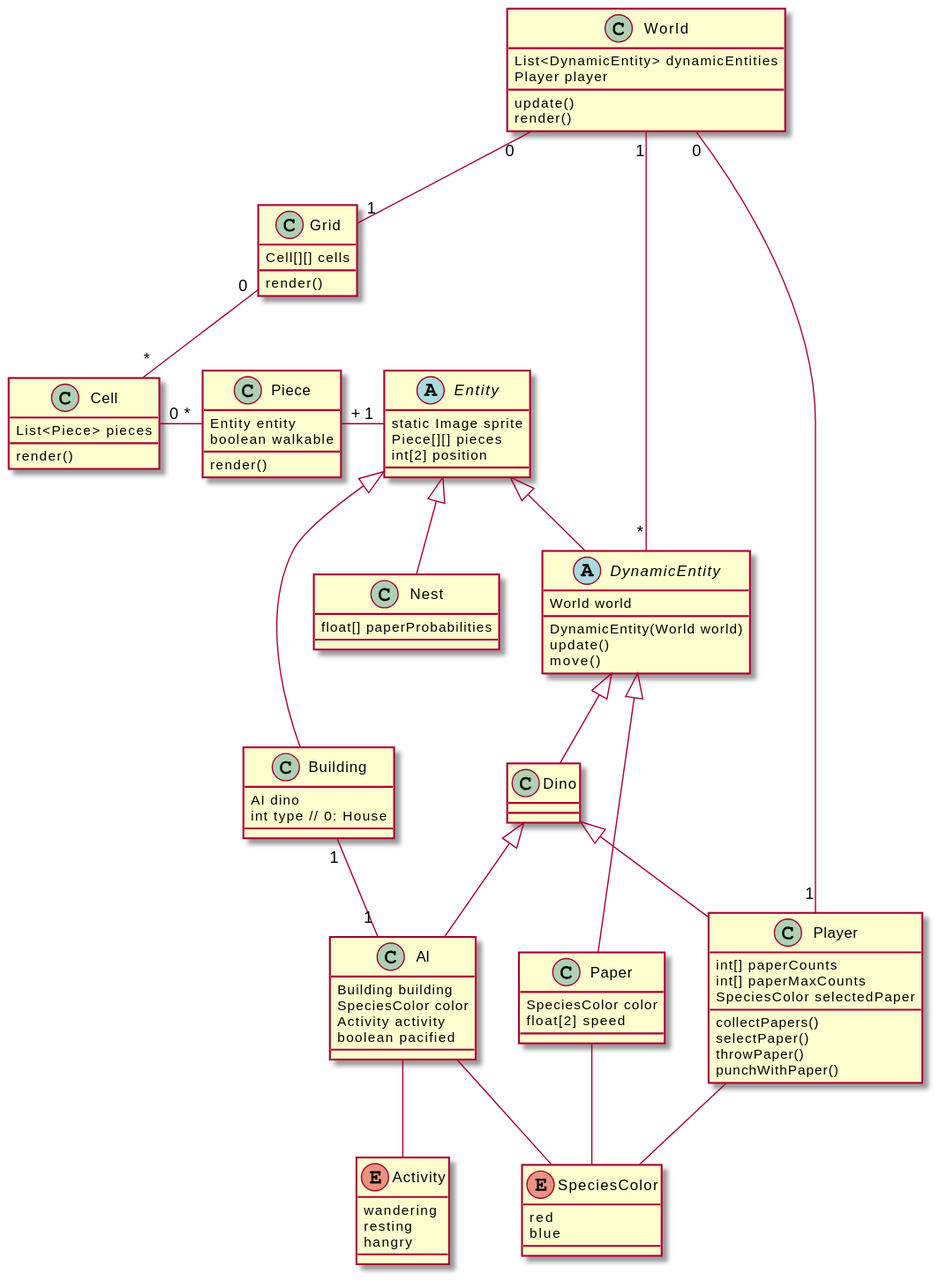
Above: doc/classes.svg in BigDinoTeam/tgj-paper-dino (PlantUML), before the change.
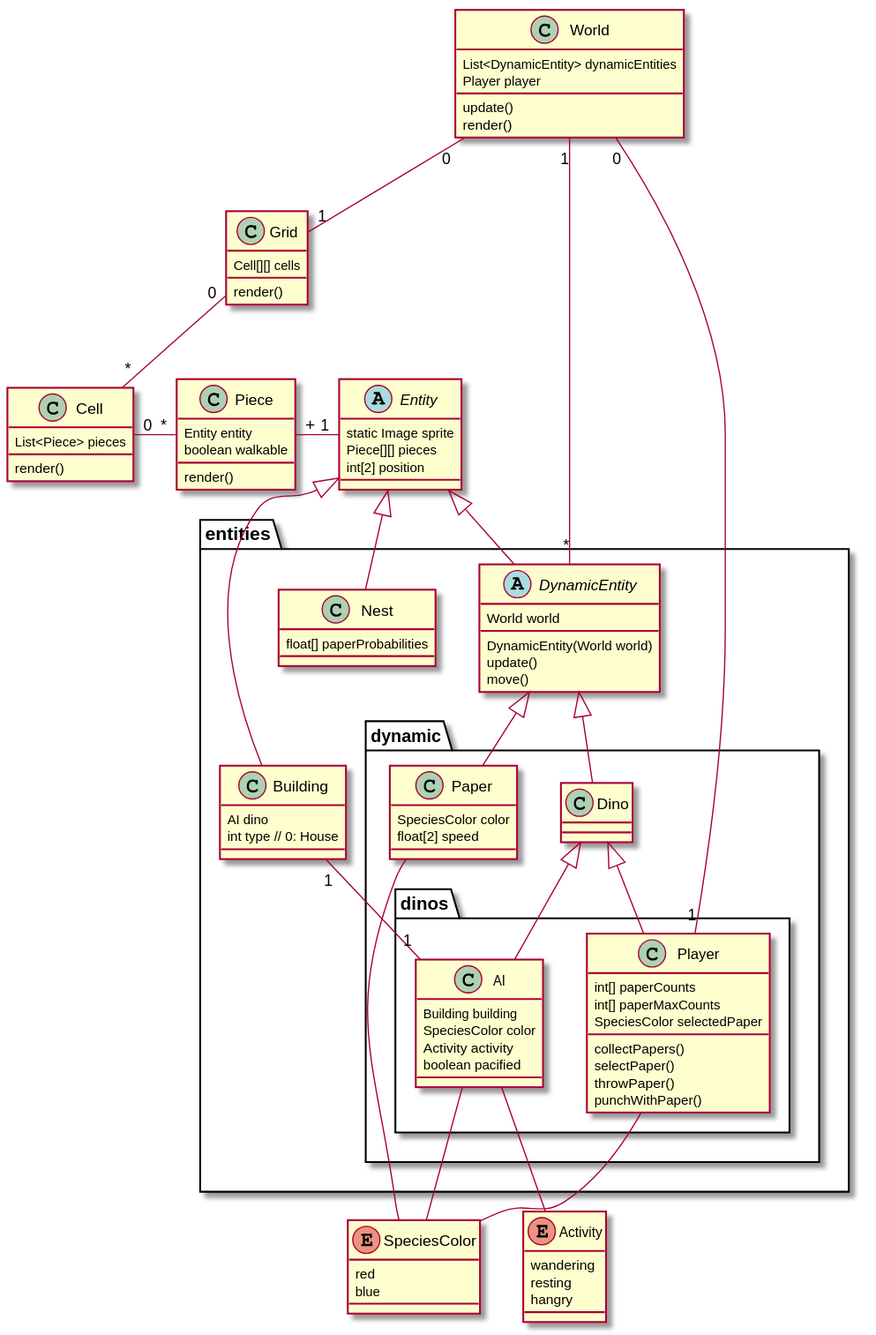
Above is the later version.

Commit message:
Ajout des packages dans le diagramme des classes

Change to the diagram source:
```diff
@@ -1,4 +1,5 @@
 @startuml
+
 class World {
 	List<DynamicEntity> dynamicEntities
 	Player player
@@ -28,44 +29,51 @@
 	int[2] position
 }
 
-class Nest extends Entity {
-	float[] paperProbabilities
-}
+package entities{
 
-class Building extends Entity {
-	AI dino
-	int type // 0: House
-}
+	class Nest extends Entity {
+		float[] paperProbabilities
+	}
 
-abstract class DynamicEntity extends Entity {
-	World world
-	DynamicEntity(World world)
-	update()
-	move()
-}
+	class Building extends Entity {
+		AI dino
+		int type // 0: House
+	}
 
-class Dino extends DynamicEntity
+	abstract class DynamicEntity extends Entity {
+		World world
+		DynamicEntity(World world)
+		update()
+		move()
+	}
 
-class AI extends Dino {
-	Building building
-	SpeciesColor color
-	Activity activity
-	boolean pacified
-}
+	package dynamic{
+		class Dino extends DynamicEntity
 
-class Player extends Dino {
-	int[] paperCounts
-	int[] paperMaxCounts
-	SpeciesColor selectedPaper
-	collectPapers()
-	selectPaper()
-	throwPaper()
-	punchWithPaper()
-}
+		class Paper extends DynamicEntity {
+			SpeciesColor color
+			float[2] speed
+		}
 
-class Paper extends DynamicEntity {
-	SpeciesColor color
-	float[2] speed
+		package dinos{
+			class AI extends Dino {
+				Building building
+				SpeciesColor color
+				Activity activity
+				boolean pacified
+			}
+
+			class Player extends Dino {
+				int[] paperCounts
+				int[] paperMaxCounts
+				SpeciesColor selectedPaper
+				collectPapers()
+				selectPaper()
+				throwPaper()
+				punchWithPaper()
+			}
+		}
+	}
 }
 
 enum Activity {
@@ -90,4 +98,5 @@
 AI -- SpeciesColor
 Player -- SpeciesColor
 Paper -- SpeciesColor
+
 @enduml
```
